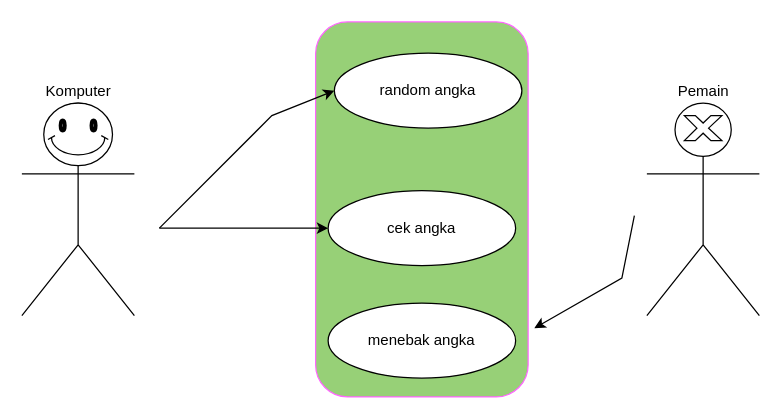
Above: use-case.drawio in Gntrtzy/jobsheet1 (draw.io), before the change. Source tidied: cells renumbered, new cells numbered last; positions are measured from the earlier drawing's top-left corner, leaving out a move shared by most shapes. Both pictures are drawn from the tidied source at 125%, with x=0, y=0 at pixel (21, 52).
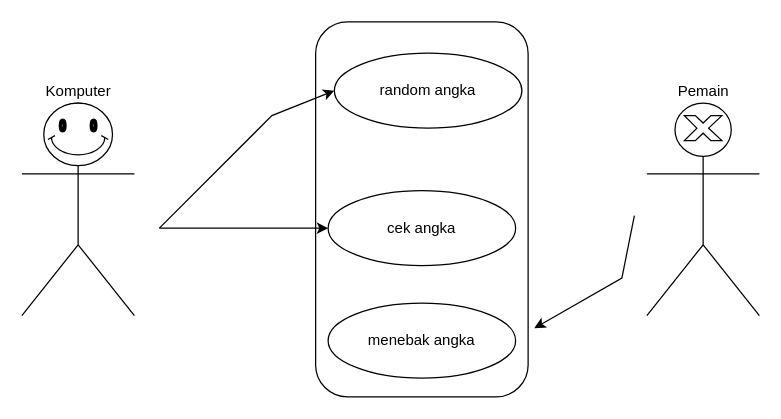
The same diagram, later.

The edit, as a diff of the source:
```diff
@@
 <mxGraphModel>
   <root>
     <mxCell id="0" />
     <mxCell id="1" parent="0" />
-    <mxCell id="2" style="rounded=1;whiteSpace=wrap;html=1;rotation=90;verticalAlign=bottom;strokeColor=#FF66FF;fillColor=#97D077;" parent="1" vertex="1">
+    <mxCell id="2" style="rounded=1;whiteSpace=wrap;html=1;rotation=90;verticalAlign=bottom;" parent="1" vertex="1">
       <mxGeometry x="170" y="40" width="300" height="170" as="geometry" />
     </mxCell>
     <mxCell id="3" value="Komputer" style="shape=umlActor;verticalLabelPosition=top;verticalAlign=bottom;html=1;fontStyle=0;textDirection=ltr;labelPosition=center;align=center;fontColor=default;" parent="1" vertex="1">
       <mxGeometry y="40" width="90" height="170" as="geometry" />
     </mxCell>
     <mxCell id="4" style="endArrow=classic;html=1;rounded=0;entryX=0;entryY=0.5;entryDx=0;entryDy=0;" parent="1" edge="1" target="6">
       <mxGeometry relative="1" as="geometry">
         <mxPoint x="110" y="140" as="sourcePoint" />
         <Array as="points">
           <mxPoint x="200" y="50" />
         </Array>
       </mxGeometry>
     </mxCell>
     <mxCell id="5" style="endArrow=classic;html=1;rounded=0;entryX=0;entryY=0.5;entryDx=0;entryDy=0;" parent="1" edge="1" target="7">
       <mxGeometry relative="1" as="geometry">
         <mxPoint x="110" y="140" as="sourcePoint" />
       </mxGeometry>
     </mxCell>
     <mxCell id="6" value="random angka" style="ellipse;whiteSpace=wrap;html=1;" parent="1" vertex="1">
       <mxGeometry x="250" width="150" height="60" as="geometry" />
     </mxCell>
     <mxCell id="7" value="cek angka" style="ellipse;whiteSpace=wrap;html=1;" parent="1" vertex="1">
       <mxGeometry x="245" y="110" width="150" height="60" as="geometry" />
     </mxCell>
     <mxCell id="8" value="menebak angka" style="ellipse;whiteSpace=wrap;html=1;" parent="1" vertex="1">
       <mxGeometry x="245" y="200" width="150" height="60" as="geometry" />
     </mxCell>
     <mxCell id="9" value="Pemain" style="shape=umlActor;verticalLabelPosition=top;verticalAlign=bottom;html=1;labelPosition=center;align=center;" parent="1" vertex="1">
       <mxGeometry x="500" y="40" width="90" height="170" as="geometry" />
     </mxCell>
     <mxCell id="10" style="endArrow=classic;html=1;rounded=0;" parent="1" edge="1">
       <mxGeometry relative="1" as="geometry">
         <mxPoint x="490" y="130" as="sourcePoint" />
         <mxPoint x="410" y="220" as="targetPoint" />
         <Array as="points">
           <mxPoint x="480" y="180" />
         </Array>
       </mxGeometry>
     </mxCell>
     <mxCell id="11" style="verticalLabelPosition=bottom;verticalAlign=top;html=1;shape=mxgraph.basic.smiley;" parent="1" vertex="1">
       <mxGeometry x="17.5" y="40" width="55" height="50" as="geometry" />
     </mxCell>
     <mxCell id="12" style="verticalLabelPosition=bottom;verticalAlign=top;html=1;shape=mxgraph.basic.x;" parent="1" vertex="1">
       <mxGeometry x="530" y="50" width="30" height="20" as="geometry" />
     </mxCell>
   </root>
 </mxGraphModel>
```
